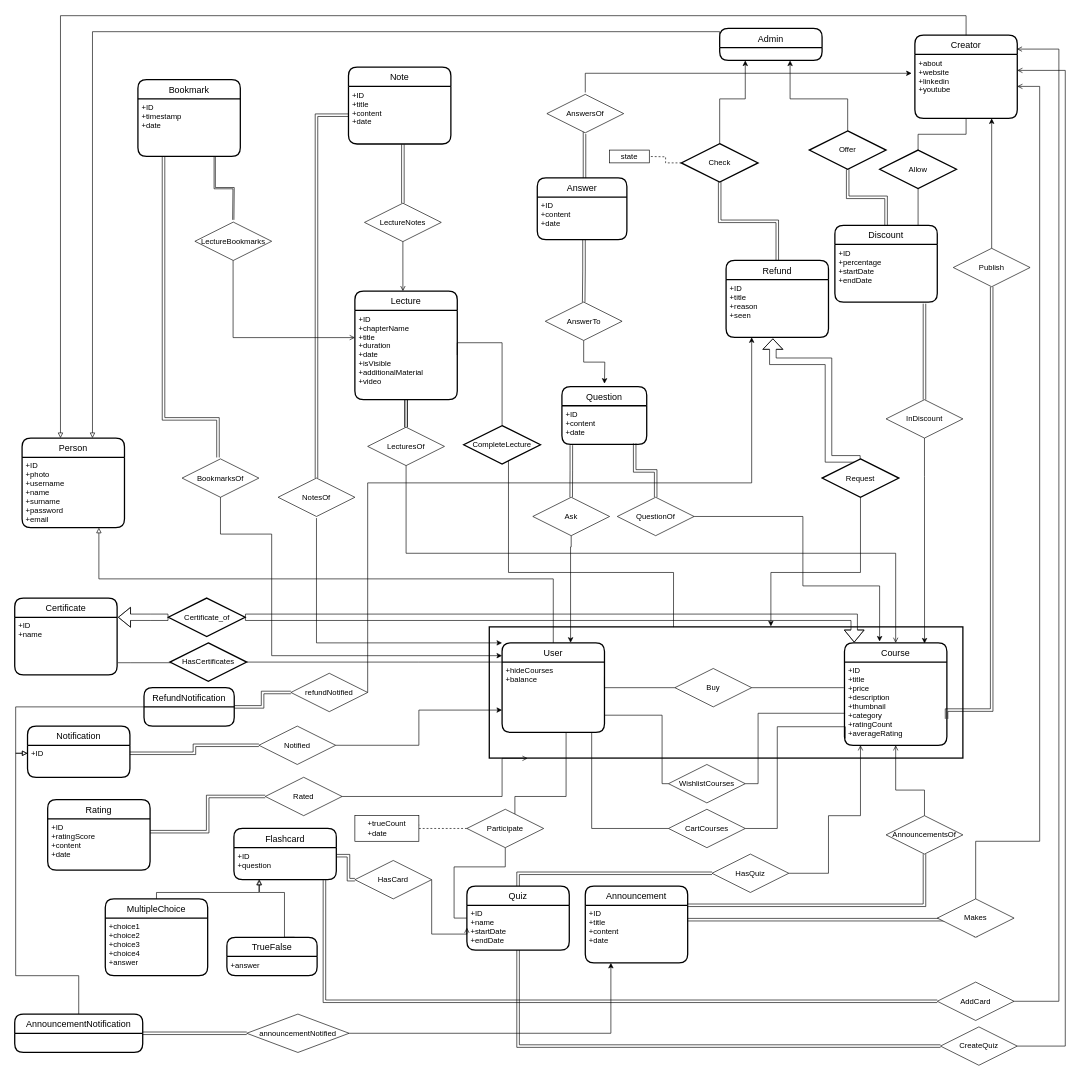
Earlier version of the draw.io diagram page "Latest" (5 of 5) of docs/ER.drawio (muratangin187/CS353-Project). Source tidied: cells renumbered, new cells numbered last; positions are measured from the earlier drawing's top-left corner, leaving out a move shared by most shapes. Both pictures are drawn from the tidied source at 64%, with x=0, y=0 at pixel (14, 15).
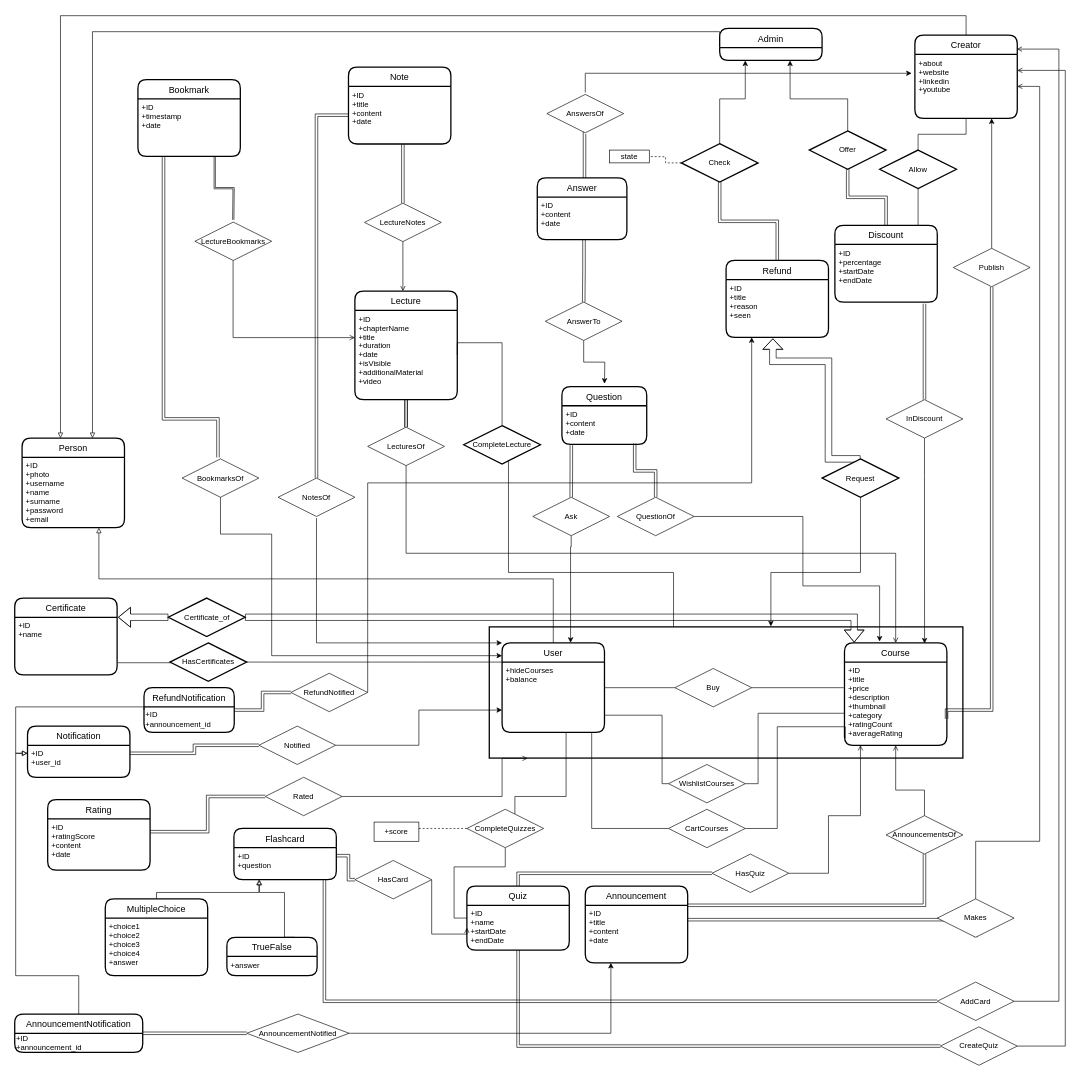
The same page after the edit.

The change refers to these unchanged cells:
```xml
<mxCell id="137" value="Notification" style="swimlane;horizontal=1;startSize=30;rounded=1;fontSize=14;fontStyle=0;strokeWidth=2;shadow=0;dashed=0;align=center;" parent="1" vertex="1">
  <mxGeometry x="20.5" y="1110" width="160" height="80" as="geometry" />
</mxCell>
<mxCell id="144" value="AnnouncementNotification" style="swimlane;horizontal=1;startSize=30;rounded=1;fontSize=14;fontStyle=0;strokeWidth=2;shadow=0;dashed=0;align=center;" parent="1" vertex="1">
  <mxGeometry x="0.5" y="1560" width="200" height="60" as="geometry" />
</mxCell>
```

What changed in the source:
```diff
@@
-    <mxCell id="130" value="Participate" style="shape=rhombus;perimeter=rhombusPerimeter;whiteSpace=wrap;html=1;align=center;rounded=0;sketch=0;" parent="1" vertex="1">
+    <mxCell id="130" value="CompleteQuizzes" style="shape=rhombus;perimeter=rhombusPerimeter;whiteSpace=wrap;html=1;align=center;rounded=0;sketch=0;" parent="1" vertex="1">
       <mxGeometry x="707" y="1240" width="120" height="60" as="geometry" />
     </mxCell>
-    <mxCell id="131" value="+trueCount&lt;br&gt;&lt;div style=&quot;text-align: left&quot;&gt;&lt;span&gt;+date&lt;/span&gt;&lt;/div&gt;" style="rounded=0;whiteSpace=wrap;html=1;" parent="1" vertex="1">
-      <mxGeometry x="532" y="1250" width="100" height="40" as="geometry" />
+    <mxCell id="131" value="+score" style="rounded=0;whiteSpace=wrap;html=1;" parent="1" vertex="1">
+      <mxGeometry x="562" y="1260" width="70" height="30" as="geometry" />
     </mxCell>
@@
-    <mxCell id="138" value="+ID" style="align=left;strokeColor=none;fillColor=none;spacingLeft=4;fontSize=12;verticalAlign=top;" parent="137" vertex="1">
+    <mxCell id="138" value="+ID&#10;+user_id" style="align=left;strokeColor=none;fillColor=none;spacingLeft=4;fontSize=12;verticalAlign=top;" parent="137" vertex="1">
       <mxGeometry y="30" width="160" height="50" as="geometry" />
     </mxCell>
@@
     <mxCell id="142" value="RefundNotification" style="swimlane;horizontal=1;startSize=30;rounded=1;fontSize=14;fontStyle=0;strokeWidth=2;shadow=0;dashed=0;align=center;" parent="1" vertex="1">
-      <mxGeometry x="202.5" y="1050" width="141" height="60" as="geometry" />
+      <mxGeometry x="202.5" y="1050" width="141" height="70" as="geometry" />
     </mxCell>
+    <mxCell id="152" value="+ID&lt;br&gt;+announcement_id" style="text;html=1;align=left;verticalAlign=middle;strokeColor=none;" parent="142" vertex="1">
+      <mxGeometry y="30" width="141" height="40" as="geometry" />
+    </mxCell>
@@
+    <mxCell id="153" value="+ID&lt;br&gt;+announcement_id" style="text;html=1;align=left;verticalAlign=middle;strokeColor=none;" parent="144" vertex="1">
+      <mxGeometry y="30" width="200" height="30" as="geometry" />
+    </mxCell>
@@
-    <mxCell id="149" value="refundNotified" style="shape=rhombus;perimeter=rhombusPerimeter;whiteSpace=wrap;html=1;align=center;rounded=0;shadow=0;glass=0;sketch=0;strokeWidth=1;gradientColor=none;" parent="1" vertex="1">
+    <mxCell id="149" value="RefundNotified" style="shape=rhombus;perimeter=rhombusPerimeter;whiteSpace=wrap;html=1;align=center;rounded=0;shadow=0;glass=0;sketch=0;strokeWidth=1;gradientColor=none;" parent="1" vertex="1">
       <mxGeometry x="432" y="1027.5" width="120" height="60" as="geometry" />
     </mxCell>
@@
-    <mxCell id="151" value="announcementNotified" style="shape=rhombus;perimeter=rhombusPerimeter;whiteSpace=wrap;html=1;align=center;rounded=0;shadow=0;glass=0;sketch=0;strokeWidth=1;gradientColor=none;" parent="1" vertex="1">
+    <mxCell id="151" value="AnnouncementNotified" style="shape=rhombus;perimeter=rhombusPerimeter;whiteSpace=wrap;html=1;align=center;rounded=0;shadow=0;glass=0;sketch=0;strokeWidth=1;gradientColor=none;" parent="1" vertex="1">
       <mxGeometry x="363" y="1560" width="160" height="60" as="geometry" />
     </mxCell>
```
